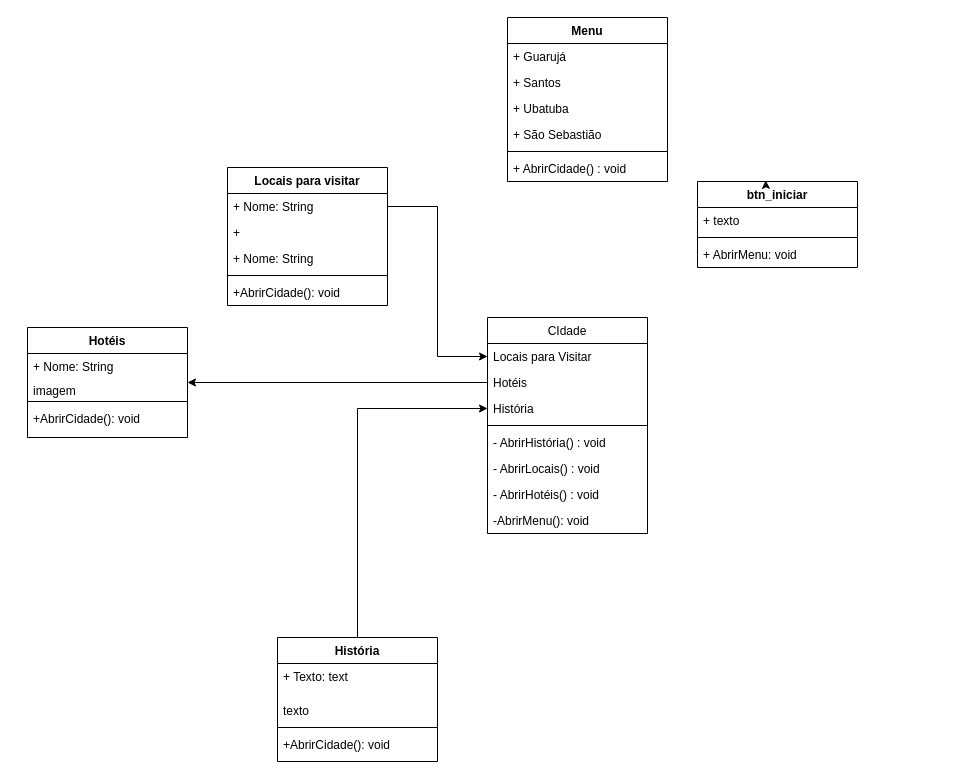
Above: Diagrama sem nome.drawio in Dias070913/Mare-alta (draw.io), before the change. Source tidied: cells renumbered, new cells numbered last; positions are measured from the earlier drawing's top-left corner, leaving out a move shared by most shapes. Both pictures are drawn from the tidied source at 100%, with x=0, y=0 at pixel (27, 17).
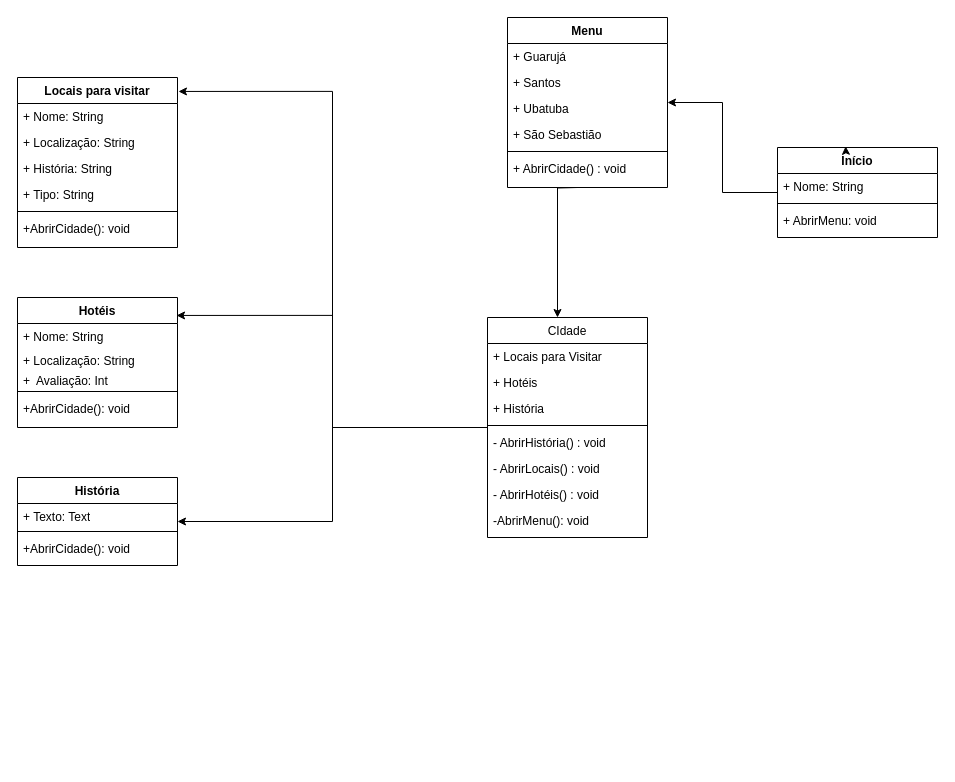
The same diagram, later.

Unchanged cells that the change refers to:
```xml
<mxCell id="36" value="+ Nome: String" style="text;strokeColor=none;fillColor=none;align=left;verticalAlign=top;spacingLeft=4;spacingRight=4;overflow=hidden;points=[[0,0.5],[1,0.5]];portConstraint=eastwest;whiteSpace=wrap;html=1;" parent="35" vertex="1">
  <mxGeometry y="26" width="160" height="26" as="geometry" />
</mxCell>
```

What changed in the source:
```diff
@@
+    <mxCell id="42" style="edgeStyle=orthogonalEdgeStyle;rounded=0;jettySize=auto;html=1;" parent="1" edge="1" source="2" target="12">
+      <mxGeometry relative="1" as="geometry" />
+    </mxCell>
     <mxCell id="2" value="CIdade" style="swimlane;fontStyle=0;align=center;verticalAlign=top;horizontal=1;startSize=26;rounded=0;shadow=0;strokeWidth=1;" parent="1" vertex="1">
-      <mxGeometry x="460" y="300" width="160" height="216" as="geometry" />
+      <mxGeometry x="460" y="300" width="160" height="220" as="geometry" />
     </mxCell>
-    <mxCell id="3" value="Locais para Visitar" style="text;align=left;verticalAlign=top;spacingLeft=4;spacingRight=4;overflow=hidden;points=[[0,0.5],[1,0.5]];portConstraint=eastwest;" parent="2" vertex="1">
+    <mxCell id="3" value="+ Locais para Visitar" style="text;align=left;verticalAlign=top;spacingLeft=4;spacingRight=4;overflow=hidden;points=[[0,0.5],[1,0.5]];portConstraint=eastwest;" parent="2" vertex="1">
       <mxGeometry y="26" width="160" height="26" as="geometry" />
     </mxCell>
-    <mxCell id="4" value="Hotéis" style="text;align=left;verticalAlign=top;spacingLeft=4;spacingRight=4;overflow=hidden;points=[[0,0.5],[1,0.5]];portConstraint=eastwest;rounded=0;shadow=0;html=0;" parent="2" vertex="1">
+    <mxCell id="4" value="+ Hotéis" style="text;align=left;verticalAlign=top;spacingLeft=4;spacingRight=4;overflow=hidden;points=[[0,0.5],[1,0.5]];portConstraint=eastwest;rounded=0;shadow=0;html=0;" parent="2" vertex="1">
       <mxGeometry y="52" width="160" height="26" as="geometry" />
     </mxCell>
-    <mxCell id="5" value="História" style="text;align=left;verticalAlign=top;spacingLeft=4;spacingRight=4;overflow=hidden;points=[[0,0.5],[1,0.5]];portConstraint=eastwest;rounded=0;shadow=0;html=0;" parent="2" vertex="1">
+    <mxCell id="5" value="+ História" style="text;align=left;verticalAlign=top;spacingLeft=4;spacingRight=4;overflow=hidden;points=[[0,0.5],[1,0.5]];portConstraint=eastwest;rounded=0;shadow=0;html=0;" parent="2" vertex="1">
       <mxGeometry y="78" width="160" height="26" as="geometry" />
     </mxCell>
@@
     <mxCell id="10" value="-AbrirMenu(): void" style="text;align=left;verticalAlign=top;spacingLeft=4;spacingRight=4;overflow=hidden;" parent="2" vertex="1">
-      <mxGeometry y="190" width="160" height="26" as="geometry" />
+      <mxGeometry y="190" width="160" height="30" as="geometry" />
     </mxCell>
-    <mxCell id="11" style="edgeStyle=orthogonalEdgeStyle;rounded=0;jettySize=auto;html=1;" parent="1" edge="1" source="12" target="5">
-      <mxGeometry relative="1" as="geometry" />
-    </mxCell>
     <mxCell id="12" value="História" style="swimlane;fontStyle=1;align=center;verticalAlign=top;horizontal=1;startSize=26;whiteSpace=wrap;html=1;" parent="1" vertex="1">
-      <mxGeometry x="250" y="620" width="160" height="124" as="geometry" />
+      <mxGeometry x="-10" y="460" width="160" height="88" as="geometry" />
     </mxCell>
-    <mxCell id="13" value="+ Texto: text" style="text;strokeColor=none;fillColor=none;align=left;verticalAlign=top;spacingLeft=4;spacingRight=4;overflow=hidden;whiteSpace=wrap;html=1;" parent="12" vertex="1">
-      <mxGeometry y="26" width="160" height="34" as="geometry" />
+    <mxCell id="13" value="+ Texto: Text" style="text;strokeColor=none;fillColor=none;align=left;verticalAlign=top;spacingLeft=4;spacingRight=4;overflow=hidden;whiteSpace=wrap;html=1;" parent="12" vertex="1">
+      <mxGeometry y="26" width="160" height="24" as="geometry" />
     </mxCell>
-    <mxCell id="14" value="texto" style="text;strokeColor=none;fillColor=none;align=left;verticalAlign=top;spacingLeft=4;spacingRight=4;overflow=hidden;whiteSpace=wrap;html=1;" parent="12" vertex="1">
-      <mxGeometry y="60" width="160" height="26" as="geometry" />
-    </mxCell>
     <mxCell id="15" style="line;strokeWidth=1;fillColor=none;align=left;verticalAlign=middle;spacingTop=-1;spacingLeft=3;spacingRight=3;labelPosition=right;strokeColor=inherit;" parent="12" vertex="1">
-      <mxGeometry y="86" width="160" height="8" as="geometry" />
+      <mxGeometry y="50" width="160" height="8" as="geometry" />
     </mxCell>
     <mxCell id="16" value="+AbrirCidade(): void" style="text;strokeColor=none;fillColor=none;align=left;verticalAlign=top;spacingLeft=4;spacingRight=4;overflow=hidden;whiteSpace=wrap;html=1;" parent="12" vertex="1">
-      <mxGeometry y="94" width="160" height="30" as="geometry" />
+      <mxGeometry y="58" width="160" height="30" as="geometry" />
     </mxCell>
     <mxCell id="17" value="Hotéis" style="swimlane;fontStyle=1;align=center;verticalAlign=top;horizontal=1;startSize=26;whiteSpace=wrap;html=1;" parent="1" vertex="1">
-      <mxGeometry y="310" width="160" height="110" as="geometry" />
+      <mxGeometry x="-10" y="280" width="160" height="130" as="geometry" />
     </mxCell>
@@
-    <mxCell id="19" value="&lt;div&gt;imagem&lt;/div&gt;" style="text;strokeColor=none;fillColor=none;align=left;verticalAlign=top;spacingLeft=4;spacingRight=4;overflow=hidden;whiteSpace=wrap;html=1;" parent="17" vertex="1">
+    <mxCell id="19" value="&lt;div&gt;+ Localização: String&lt;/div&gt;" style="text;strokeColor=none;fillColor=none;align=left;verticalAlign=top;spacingLeft=4;spacingRight=4;overflow=hidden;whiteSpace=wrap;html=1;" parent="17" vertex="1">
       <mxGeometry y="50" width="160" height="20" as="geometry" />
     </mxCell>
+    <mxCell id="43" value="&lt;div&gt;+&amp;nbsp; Avaliação: Int&lt;/div&gt;" style="text;strokeColor=none;fillColor=none;align=left;verticalAlign=top;spacingLeft=4;spacingRight=4;overflow=hidden;whiteSpace=wrap;html=1;" parent="17" vertex="1">
+      <mxGeometry y="70" width="160" height="20" as="geometry" />
+    </mxCell>
     <mxCell id="20" style="line;strokeWidth=1;fillColor=none;align=left;verticalAlign=middle;spacingTop=-1;spacingLeft=3;spacingRight=3;labelPosition=right;strokeColor=inherit;" parent="17" vertex="1">
-      <mxGeometry y="70" width="160" height="8" as="geometry" />
+      <mxGeometry y="90" width="160" height="8" as="geometry" />
     </mxCell>
     <mxCell id="21" value="+AbrirCidade(): void" style="text;strokeColor=none;fillColor=none;align=left;verticalAlign=top;spacingLeft=4;spacingRight=4;overflow=hidden;whiteSpace=wrap;html=1;" parent="17" vertex="1">
-      <mxGeometry y="78" width="160" height="32" as="geometry" />
+      <mxGeometry y="98" width="160" height="32" as="geometry" />
     </mxCell>
-    <mxCell id="22" style="edgeStyle=orthogonalEdgeStyle;rounded=0;jettySize=auto;html=1;" parent="1" edge="1" source="4" target="17">
-      <mxGeometry relative="1" as="geometry" />
-    </mxCell>
+    <mxCell id="44" style="edgeStyle=orthogonalEdgeStyle;rounded=0;jettySize=auto;html=1;" parent="1" edge="1" source="23" target="28">
+      <mxGeometry relative="1" as="geometry" />
+    </mxCell>
-    <mxCell id="23" value="btn_iniciar" style="swimlane;fontStyle=1;align=center;verticalAlign=top;horizontal=1;startSize=26;whiteSpace=wrap;html=1;" parent="1" vertex="1">
-      <mxGeometry x="670" y="164" width="160" height="86" as="geometry" />
+    <mxCell id="23" value="Início" style="swimlane;fontStyle=1;align=center;verticalAlign=top;horizontal=1;startSize=26;whiteSpace=wrap;html=1;" parent="1" vertex="1">
+      <mxGeometry x="750" y="130" width="160" height="90" as="geometry" />
     </mxCell>
-    <mxCell id="24" value="+ texto" style="text;strokeColor=none;fillColor=none;align=left;verticalAlign=top;spacingLeft=4;spacingRight=4;overflow=hidden;whiteSpace=wrap;html=1;" parent="23" vertex="1">
+    <mxCell id="24" value="+ Nome: String" style="text;strokeColor=none;fillColor=none;align=left;verticalAlign=top;spacingLeft=4;spacingRight=4;overflow=hidden;whiteSpace=wrap;html=1;" parent="23" vertex="1">
       <mxGeometry y="26" width="160" height="26" as="geometry" />
     </mxCell>
@@
     <mxCell id="26" value="+ AbrirMenu: void" style="text;strokeColor=none;fillColor=none;align=left;verticalAlign=top;spacingLeft=4;spacingRight=4;overflow=hidden;whiteSpace=wrap;html=1;" parent="23" vertex="1">
-      <mxGeometry y="60" width="160" height="26" as="geometry" />
+      <mxGeometry y="60" width="160" height="30" as="geometry" />
     </mxCell>
@@
+    <mxCell id="45" style="edgeStyle=orthogonalEdgeStyle;rounded=0;orthogonalLoop=1;jettySize=auto;html=1;" parent="1" edge="1">
+      <mxGeometry relative="1" as="geometry">
+        <mxPoint x="550" y="170" as="sourcePoint" />
+        <mxPoint x="530" y="300" as="targetPoint" />
+      </mxGeometry>
+    </mxCell>
     <mxCell id="28" value="Menu" style="swimlane;fontStyle=1;align=center;verticalAlign=top;horizontal=1;startSize=26;whiteSpace=wrap;html=1;" parent="1" vertex="1">
-      <mxGeometry x="480" width="160" height="164" as="geometry" />
+      <mxGeometry x="480" width="160" height="170" as="geometry" />
     </mxCell>
@@
     <mxCell id="34" value="+ AbrirCidade() : void" style="text;strokeColor=none;fillColor=none;align=left;verticalAlign=top;spacingLeft=4;spacingRight=4;overflow=hidden;whiteSpace=wrap;html=1;" parent="28" vertex="1">
-      <mxGeometry y="138" width="160" height="26" as="geometry" />
+      <mxGeometry y="138" width="160" height="32" as="geometry" />
     </mxCell>
     <mxCell id="35" value="Locais para visitar" style="swimlane;fontStyle=1;align=center;verticalAlign=top;horizontal=1;startSize=26;whiteSpace=wrap;html=1;" parent="1" vertex="1">
-      <mxGeometry x="200" y="150" width="160" height="138" as="geometry" />
+      <mxGeometry x="-10" y="60" width="160" height="170" as="geometry" />
     </mxCell>
@@
-    <mxCell id="37" value="+&amp;nbsp;" style="text;strokeColor=none;fillColor=none;align=left;verticalAlign=top;spacingLeft=4;spacingRight=4;overflow=hidden;whiteSpace=wrap;html=1;" parent="35" vertex="1">
+    <mxCell id="37" value="+ Localização: String" style="text;strokeColor=none;fillColor=none;align=left;verticalAlign=top;spacingLeft=4;spacingRight=4;overflow=hidden;whiteSpace=wrap;html=1;" parent="35" vertex="1">
       <mxGeometry y="52" width="160" height="26" as="geometry" />
     </mxCell>
-    <mxCell id="38" value="+ Nome: String" style="text;strokeColor=none;fillColor=none;align=left;verticalAlign=top;spacingLeft=4;spacingRight=4;overflow=hidden;whiteSpace=wrap;html=1;" parent="35" vertex="1">
+    <mxCell id="38" value="+ História: String" style="text;strokeColor=none;fillColor=none;align=left;verticalAlign=top;spacingLeft=4;spacingRight=4;overflow=hidden;whiteSpace=wrap;html=1;" parent="35" vertex="1">
       <mxGeometry y="78" width="160" height="26" as="geometry" />
     </mxCell>
+    <mxCell id="46" value="+ Tipo: String" style="text;strokeColor=none;fillColor=none;align=left;verticalAlign=top;spacingLeft=4;spacingRight=4;overflow=hidden;whiteSpace=wrap;html=1;" parent="35" vertex="1">
+      <mxGeometry y="104" width="160" height="26" as="geometry" />
+    </mxCell>
     <mxCell id="39" style="line;strokeWidth=1;fillColor=none;align=left;verticalAlign=middle;spacingTop=-1;spacingLeft=3;spacingRight=3;labelPosition=right;strokeColor=inherit;" parent="35" vertex="1">
-      <mxGeometry y="104" width="160" height="8" as="geometry" />
+      <mxGeometry y="130" width="160" height="8" as="geometry" />
     </mxCell>
     <mxCell id="40" value="+AbrirCidade(): void" style="text;strokeColor=none;fillColor=none;align=left;verticalAlign=top;spacingLeft=4;spacingRight=4;overflow=hidden;whiteSpace=wrap;html=1;" parent="35" vertex="1">
-      <mxGeometry y="112" width="160" height="26" as="geometry" />
+      <mxGeometry y="138" width="160" height="32" as="geometry" />
     </mxCell>
-    <mxCell id="41" style="edgeStyle=orthogonalEdgeStyle;rounded=0;jettySize=auto;html=1;exitX=1;exitY=0.5;exitDx=0;exitDy=0;" parent="1" edge="1" source="36" target="3">
-      <mxGeometry relative="1" as="geometry" />
-    </mxCell>
+    <mxCell id="47" style="edgeStyle=orthogonalEdgeStyle;rounded=0;jettySize=auto;html=1;entryX=0.994;entryY=0.138;entryDx=0;entryDy=0;entryPerimeter=0;" parent="1" edge="1" source="2" target="17">
+      <mxGeometry relative="1" as="geometry" />
+    </mxCell>
+    <mxCell id="48" style="edgeStyle=orthogonalEdgeStyle;rounded=0;jettySize=auto;html=1;entryX=1.006;entryY=0.082;entryDx=0;entryDy=0;entryPerimeter=0;" parent="1" edge="1" source="2" target="35">
+      <mxGeometry relative="1" as="geometry" />
+    </mxCell>
```
